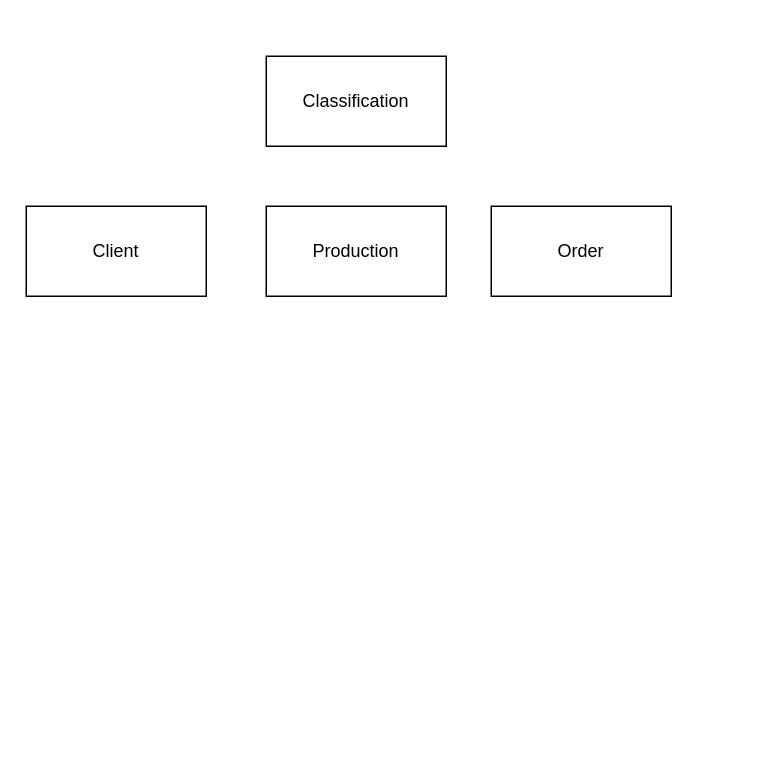
Dog49/E-commerce keeps this draw.io diagram as 未命名绘图.drawio. Above is the earlier version. Source tidied: cells renumbered, new cells numbered last; positions are measured from the earlier drawing's top-left corner, leaving out a move shared by most shapes. Both pictures are drawn from the tidied source at 150%, with x=0, y=0 at pixel (26, 56).
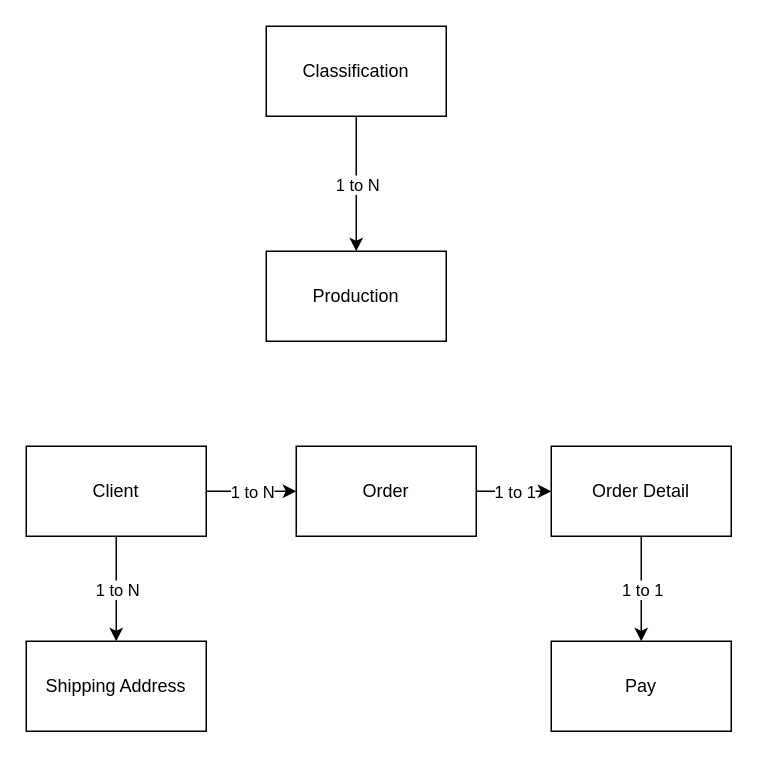
The same diagram, later.

Commit message:
表与表之间的对应关系.drawio

The edit, as a diff of the source:
```diff
@@
 <mxGraphModel>
   <root>
     <mxCell id="0" />
     <mxCell id="1" parent="0" />
     <mxCell id="2" value="Client" style="rounded=0;whiteSpace=wrap;html=1;" parent="1" vertex="1">
-      <mxGeometry y="100" width="120" height="60" as="geometry" />
+      <mxGeometry y="260" width="120" height="60" as="geometry" />
     </mxCell>
     <mxCell id="3" value="Order" style="rounded=0;whiteSpace=wrap;html=1;" parent="1" vertex="1">
-      <mxGeometry x="310" y="100" width="120" height="60" as="geometry" />
+      <mxGeometry x="180" y="260" width="120" height="60" as="geometry" />
     </mxCell>
     <mxCell id="4" value="Production" style="rounded=0;whiteSpace=wrap;html=1;" parent="1" vertex="1">
-      <mxGeometry x="160" y="100" width="120" height="60" as="geometry" />
+      <mxGeometry x="160" y="130" width="120" height="60" as="geometry" />
     </mxCell>
     <mxCell id="5" value="Classification" style="rounded=0;whiteSpace=wrap;html=1;" parent="1" vertex="1">
-      <mxGeometry x="160" width="120" height="60" as="geometry" />
+      <mxGeometry x="160" y="-20" width="120" height="60" as="geometry" />
     </mxCell>
+    <mxCell id="6" value="Pay" style="rounded=0;whiteSpace=wrap;html=1;" parent="1" vertex="1">
+      <mxGeometry x="350" y="390" width="120" height="60" as="geometry" />
+    </mxCell>
+    <mxCell id="7" value="Order Detail" style="rounded=0;whiteSpace=wrap;html=1;" parent="1" vertex="1">
+      <mxGeometry x="350" y="260" width="120" height="60" as="geometry" />
+    </mxCell>
+    <mxCell id="8" value="Shipping Address" style="rounded=0;whiteSpace=wrap;html=1;" parent="1" vertex="1">
+      <mxGeometry y="390" width="120" height="60" as="geometry" />
+    </mxCell>
+    <mxCell id="9" style="endArrow=classic;html=1;rounded=0;exitX=0.5;exitY=1;exitDx=0;exitDy=0;" parent="1" edge="1" source="2" target="8">
+      <mxGeometry relative="1" as="geometry" />
+    </mxCell>
+    <mxCell id="10" value="1 to N" style="edgeLabel;html=1;align=center;verticalAlign=middle;" parent="9" vertex="1">
+      <mxGeometry relative="1" as="geometry" />
+    </mxCell>
+    <mxCell id="11" style="endArrow=classic;html=1;rounded=0;entryX=0.5;entryY=0;entryDx=0;entryDy=0;exitX=0.5;exitY=1;exitDx=0;exitDy=0;" parent="1" edge="1" source="5" target="4">
+      <mxGeometry relative="1" as="geometry" />
+    </mxCell>
+    <mxCell id="12" value="1 to N" style="edgeLabel;html=1;align=center;verticalAlign=middle;" parent="11" vertex="1">
+      <mxGeometry relative="1" as="geometry" />
+    </mxCell>
+    <mxCell id="13" style="endArrow=classic;html=1;rounded=0;exitX=1;exitY=0.5;exitDx=0;exitDy=0;entryX=0;entryY=0.5;entryDx=0;entryDy=0;" parent="1" edge="1" source="2" target="3">
+      <mxGeometry relative="1" as="geometry" />
+    </mxCell>
+    <mxCell id="14" value="1 to N" style="edgeLabel;html=1;align=center;verticalAlign=middle;" parent="13" vertex="1">
+      <mxGeometry relative="1" as="geometry" />
+    </mxCell>
+    <mxCell id="15" style="endArrow=classic;html=1;rounded=0;entryX=0;entryY=0.5;entryDx=0;entryDy=0;exitX=1;exitY=0.5;exitDx=0;exitDy=0;" parent="1" edge="1" source="3" target="7">
+      <mxGeometry relative="1" as="geometry" />
+    </mxCell>
+    <mxCell id="16" value="1 to 1" style="edgeLabel;html=1;align=center;verticalAlign=middle;" parent="15" vertex="1">
+      <mxGeometry relative="1" as="geometry" />
+    </mxCell>
+    <mxCell id="17" style="endArrow=classic;html=1;rounded=0;entryX=0.5;entryY=0;entryDx=0;entryDy=0;exitX=0.5;exitY=1;exitDx=0;exitDy=0;" parent="1" edge="1" source="7" target="6">
+      <mxGeometry relative="1" as="geometry" />
+    </mxCell>
+    <mxCell id="18" value="1 to 1" style="edgeLabel;html=1;align=center;verticalAlign=middle;" parent="17" vertex="1">
+      <mxGeometry relative="1" as="geometry" />
+    </mxCell>
   </root>
 </mxGraphModel>
```
